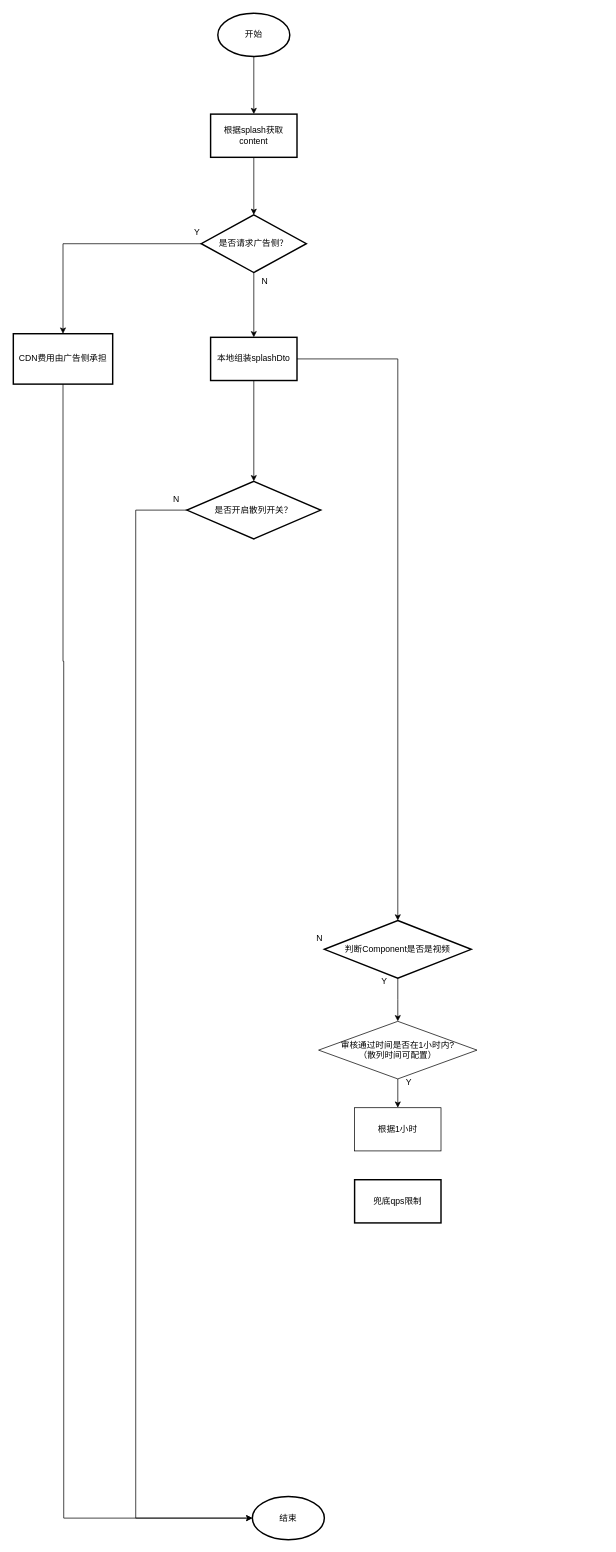
Earlier version of the draw.io diagram 21767369 闪屏CDN流量问题修复.drawio (ETHAN0430/draw.io.repo). Source tidied: cells renumbered, new cells numbered last; positions are measured from the earlier drawing's top-left corner, leaving out a move shared by most shapes. Both pictures are drawn from the tidied source at 72%, with x=0, y=0 at pixel (13, 13).
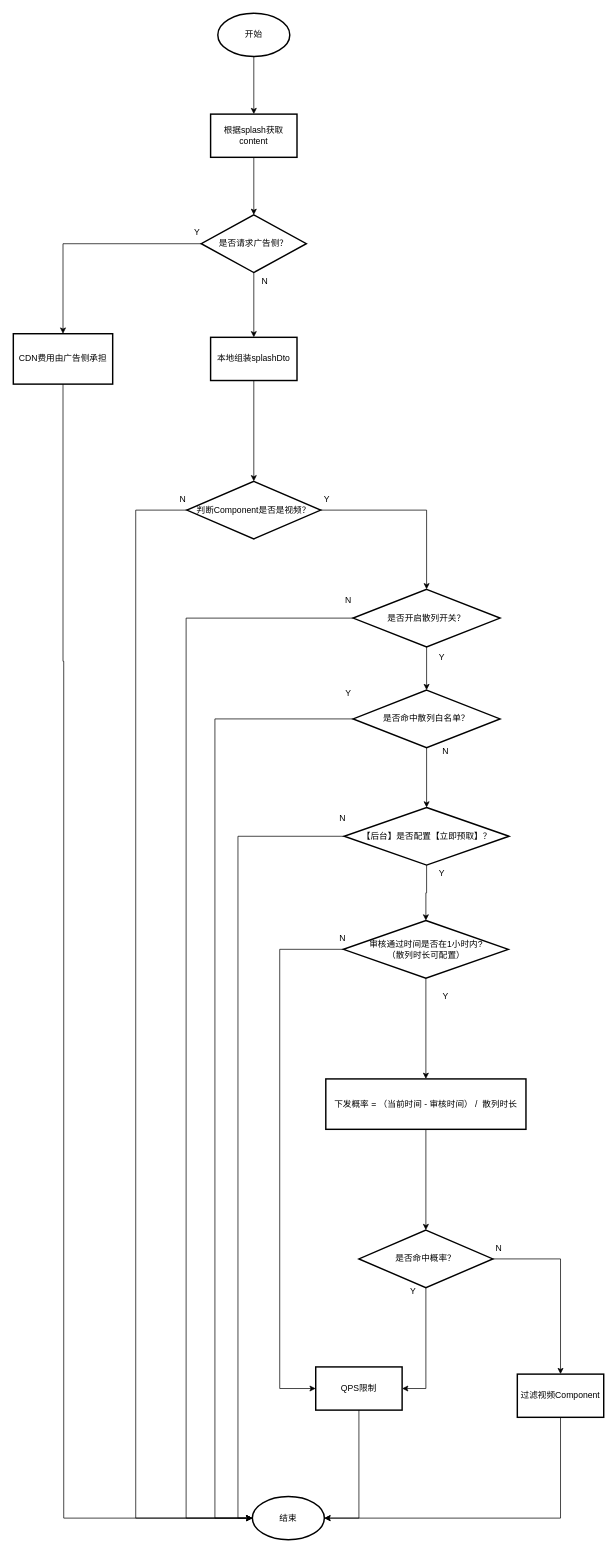
After the change.

Commit message:
更新21767369 闪屏CDN流量问题修复.drawio

The change refers to these unchanged cells:
```xml
<mxCell id="11" value="本地组装splashDto" style="whiteSpace=wrap;html=1;strokeWidth=2;" parent="1" vertex="1">
  <mxGeometry x="274" y="450" width="120" height="60" as="geometry" />
</mxCell>
<mxCell id="15" value="结束" style="strokeWidth=2;html=1;shape=mxgraph.flowchart.start_1;whiteSpace=wrap;" parent="1" vertex="1">
  <mxGeometry x="332" y="2060" width="100" height="60" as="geometry" />
</mxCell>
```

Diff of the diagram source:
```diff
@@
-    <mxCell id="9" style="edgeStyle=orthogonalEdgeStyle;rounded=0;jettySize=auto;html=1;" parent="1" edge="1" source="11" target="18">
-      <mxGeometry relative="1" as="geometry" />
-    </mxCell>
@@
-    <mxCell id="17" style="edgeStyle=orthogonalEdgeStyle;rounded=0;jettySize=auto;html=1;" parent="1" edge="1" source="18">
-      <mxGeometry relative="1" as="geometry">
-        <mxPoint x="534" y="1400" as="targetPoint" />
-      </mxGeometry>
-    </mxCell>
+    <mxCell id="29" style="edgeStyle=orthogonalEdgeStyle;rounded=0;jettySize=auto;html=1;" parent="1" edge="1" source="18" target="15">
+      <mxGeometry relative="1" as="geometry">
+        <Array as="points">
+          <mxPoint x="240" y="840" />
+          <mxPoint x="240" y="2090" />
+        </Array>
+      </mxGeometry>
+    </mxCell>
+    <mxCell id="30" style="edgeStyle=orthogonalEdgeStyle;rounded=0;jettySize=auto;html=1;entryX=0.5;entryY=0;entryDx=0;entryDy=0;" parent="1" edge="1" source="18" target="55">
+      <mxGeometry relative="1" as="geometry" />
+    </mxCell>
-    <mxCell id="18" value="判断Component是否是视频" style="rhombus;whiteSpace=wrap;html=1;strokeWidth=2;" parent="1" vertex="1">
-      <mxGeometry x="432" y="1260" width="204" height="80" as="geometry" />
+    <mxCell id="18" value="是否开启散列开关？" style="rhombus;whiteSpace=wrap;html=1;strokeWidth=2;" parent="1" vertex="1">
+      <mxGeometry x="472" y="800" width="204" height="80" as="geometry" />
     </mxCell>
-    <mxCell id="19" value="兜底qps限制" style="whiteSpace=wrap;html=1;strokeWidth=2;" parent="1" vertex="1">
-      <mxGeometry x="474" y="1620" width="120" height="60" as="geometry" />
-    </mxCell>
     <mxCell id="20" value="Y" style="text;html=1;align=center;verticalAlign=middle;strokeColor=none;fillColor=none;" parent="1" vertex="1">
-      <mxGeometry x="500" y="1330" width="30" height="30" as="geometry" />
+      <mxGeometry x="580" y="880" width="30" height="30" as="geometry" />
     </mxCell>
     <mxCell id="21" value="N" style="text;html=1;align=center;verticalAlign=middle;strokeColor=none;fillColor=none;" parent="1" vertex="1">
-      <mxGeometry x="410" y="1270" width="30" height="30" as="geometry" />
+      <mxGeometry x="450" y="800" width="30" height="30" as="geometry" />
     </mxCell>
-    <mxCell id="22" style="edgeStyle=orthogonalEdgeStyle;rounded=0;jettySize=auto;html=1;" parent="1" edge="1" source="23" target="24">
-      <mxGeometry relative="1" as="geometry" />
-    </mxCell>
-    <mxCell id="23" value="审核通过时间是否在1小时内?&lt;br&gt;（散列时间可配置）" style="rhombus;whiteSpace=wrap;html=1;" parent="1" vertex="1">
-      <mxGeometry x="424" y="1400" width="220" height="80" as="geometry" />
-    </mxCell>
-    <mxCell id="24" value="根据1小时" style="whiteSpace=wrap;html=1;" parent="1" vertex="1">
-      <mxGeometry x="474" y="1520" width="120" height="60" as="geometry" />
-    </mxCell>
-    <mxCell id="25" value="Y" style="text;html=1;align=center;verticalAlign=middle;strokeColor=none;fillColor=none;" parent="1" vertex="1">
-      <mxGeometry x="534" y="1470" width="30" height="30" as="geometry" />
-    </mxCell>
+    <mxCell id="31" style="edgeStyle=orthogonalEdgeStyle;rounded=0;jettySize=auto;html=1;entryX=0.5;entryY=0;entryDx=0;entryDy=0;" parent="1" edge="1" source="26" target="18">
+      <mxGeometry relative="1" as="geometry" />
+    </mxCell>
-    <mxCell id="26" value="是否开启散列开关？" style="rhombus;whiteSpace=wrap;html=1;strokeWidth=2;" parent="1" vertex="1">
+    <mxCell id="26" value="判断Component是否是视频？" style="rhombus;whiteSpace=wrap;html=1;strokeWidth=2;" parent="1" vertex="1">
       <mxGeometry x="241" y="650" width="186" height="80" as="geometry" />
     </mxCell>
@@
     <mxCell id="28" value="N" style="text;html=1;align=center;verticalAlign=middle;strokeColor=none;fillColor=none;" parent="1" vertex="1">
-      <mxGeometry x="211" y="660" width="30" height="30" as="geometry" />
+      <mxGeometry x="220" y="660" width="30" height="30" as="geometry" />
     </mxCell>
+    <mxCell id="32" value="Y" style="text;html=1;align=center;verticalAlign=middle;strokeColor=none;fillColor=none;" parent="1" vertex="1">
+      <mxGeometry x="420" y="660" width="30" height="30" as="geometry" />
+    </mxCell>
+    <mxCell id="33" style="edgeStyle=orthogonalEdgeStyle;rounded=0;jettySize=auto;html=1;" parent="1" edge="1" source="34" target="37">
+      <mxGeometry relative="1" as="geometry" />
+    </mxCell>
+    <mxCell id="34" value="【后台】是否配置【立即预取】？" style="rhombus;whiteSpace=wrap;html=1;strokeWidth=2;" parent="1" vertex="1">
+      <mxGeometry x="459.5" y="1103" width="229" height="80" as="geometry" />
+    </mxCell>
+    <mxCell id="35" style="edgeStyle=orthogonalEdgeStyle;rounded=0;jettySize=auto;html=1;entryX=0;entryY=0.5;entryDx=0;entryDy=0;" parent="1" edge="1" source="37" target="42">
+      <mxGeometry relative="1" as="geometry">
+        <Array as="points">
+          <mxPoint x="370" y="1300" />
+          <mxPoint x="370" y="1910" />
+        </Array>
+      </mxGeometry>
+    </mxCell>
+    <mxCell id="36" style="edgeStyle=orthogonalEdgeStyle;rounded=0;jettySize=auto;html=1;entryX=0.5;entryY=0;entryDx=0;entryDy=0;" parent="1" edge="1" source="37" target="41">
+      <mxGeometry relative="1" as="geometry" />
+    </mxCell>
+    <mxCell id="37" value="审核通过时间是否在1小时内?&lt;br style=&quot;border-color: var(--border-color);&quot;&gt;（散列时长可配置）" style="rhombus;whiteSpace=wrap;html=1;strokeWidth=2;" parent="1" vertex="1">
+      <mxGeometry x="458.5" y="1260" width="229" height="80" as="geometry" />
+    </mxCell>
+    <mxCell id="38" value="N" style="text;html=1;align=center;verticalAlign=middle;strokeColor=none;fillColor=none;" parent="1" vertex="1">
+      <mxGeometry x="442" y="1103" width="30" height="30" as="geometry" />
+    </mxCell>
+    <mxCell id="39" value="Y" style="text;html=1;align=center;verticalAlign=middle;strokeColor=none;fillColor=none;" parent="1" vertex="1">
+      <mxGeometry x="580" y="1180" width="30" height="30" as="geometry" />
+    </mxCell>
+    <mxCell id="40" style="edgeStyle=orthogonalEdgeStyle;rounded=0;jettySize=auto;html=1;entryX=0.5;entryY=0;entryDx=0;entryDy=0;" parent="1" edge="1" source="41" target="48">
+      <mxGeometry relative="1" as="geometry" />
+    </mxCell>
+    <mxCell id="41" value="下发概率 = （当前时间 - 审核时间） /&amp;nbsp; 散列时长" style="whiteSpace=wrap;html=1;strokeWidth=2;" parent="1" vertex="1">
+      <mxGeometry x="434" y="1480" width="278" height="70" as="geometry" />
+    </mxCell>
+    <mxCell id="42" value="QPS限制" style="whiteSpace=wrap;html=1;strokeWidth=2;" parent="1" vertex="1">
+      <mxGeometry x="420" y="1880" width="120" height="60" as="geometry" />
+    </mxCell>
+    <mxCell id="43" style="edgeStyle=orthogonalEdgeStyle;rounded=0;jettySize=auto;html=1;entryX=1;entryY=0.5;entryDx=0;entryDy=0;entryPerimeter=0;" parent="1" edge="1" source="42" target="15">
+      <mxGeometry relative="1" as="geometry" />
+    </mxCell>
+    <mxCell id="44" value="Y" style="text;html=1;align=center;verticalAlign=middle;strokeColor=none;fillColor=none;" parent="1" vertex="1">
+      <mxGeometry x="585" y="1350" width="30" height="30" as="geometry" />
+    </mxCell>
+    <mxCell id="45" value="N" style="text;html=1;align=center;verticalAlign=middle;strokeColor=none;fillColor=none;" parent="1" vertex="1">
+      <mxGeometry x="442" y="1270" width="30" height="30" as="geometry" />
+    </mxCell>
+    <mxCell id="46" style="edgeStyle=orthogonalEdgeStyle;rounded=0;jettySize=auto;html=1;entryX=1;entryY=0.5;entryDx=0;entryDy=0;" parent="1" edge="1" source="48" target="42">
+      <mxGeometry relative="1" as="geometry" />
+    </mxCell>
+    <mxCell id="47" style="edgeStyle=orthogonalEdgeStyle;rounded=0;jettySize=auto;html=1;" parent="1" edge="1" source="48" target="51">
+      <mxGeometry relative="1" as="geometry" />
+    </mxCell>
+    <mxCell id="48" value="是否命中概率？" style="rhombus;whiteSpace=wrap;html=1;strokeWidth=2;" parent="1" vertex="1">
+      <mxGeometry x="480" y="1690" width="186" height="80" as="geometry" />
+    </mxCell>
+    <mxCell id="49" value="N" style="text;html=1;align=center;verticalAlign=middle;strokeColor=none;fillColor=none;" parent="1" vertex="1">
+      <mxGeometry x="658.5" y="1700" width="30" height="30" as="geometry" />
+    </mxCell>
+    <mxCell id="50" value="Y" style="text;html=1;align=center;verticalAlign=middle;strokeColor=none;fillColor=none;" parent="1" vertex="1">
+      <mxGeometry x="540" y="1760" width="30" height="30" as="geometry" />
+    </mxCell>
+    <mxCell id="51" value="过滤视频Component" style="whiteSpace=wrap;html=1;strokeWidth=2;" parent="1" vertex="1">
+      <mxGeometry x="700" y="1890" width="120" height="60" as="geometry" />
+    </mxCell>
+    <mxCell id="52" style="edgeStyle=orthogonalEdgeStyle;rounded=0;jettySize=auto;html=1;entryX=1;entryY=0.5;entryDx=0;entryDy=0;entryPerimeter=0;" parent="1" edge="1" source="51" target="15">
+      <mxGeometry relative="1" as="geometry">
+        <Array as="points">
+          <mxPoint x="760" y="2090" />
+        </Array>
+      </mxGeometry>
+    </mxCell>
+    <mxCell id="53" style="edgeStyle=orthogonalEdgeStyle;rounded=0;jettySize=auto;html=1;entryX=0;entryY=0.5;entryDx=0;entryDy=0;entryPerimeter=0;" parent="1" edge="1" source="34" target="15">
+      <mxGeometry relative="1" as="geometry" />
+    </mxCell>
+    <mxCell id="54" style="edgeStyle=orthogonalEdgeStyle;rounded=0;jettySize=auto;html=1;entryX=0.5;entryY=0;entryDx=0;entryDy=0;" parent="1" edge="1" source="55" target="34">
+      <mxGeometry relative="1" as="geometry" />
+    </mxCell>
+    <mxCell id="55" value="是否命中散列白名单？" style="rhombus;whiteSpace=wrap;html=1;strokeWidth=2;" parent="1" vertex="1">
+      <mxGeometry x="472" y="940" width="204" height="80" as="geometry" />
+    </mxCell>
+    <mxCell id="56" style="edgeStyle=orthogonalEdgeStyle;rounded=0;jettySize=auto;html=1;entryX=0;entryY=0.5;entryDx=0;entryDy=0;entryPerimeter=0;exitX=0;exitY=0.5;exitDx=0;exitDy=0;" parent="1" edge="1" source="55" target="15">
+      <mxGeometry relative="1" as="geometry">
+        <Array as="points">
+          <mxPoint x="280" y="980" />
+          <mxPoint x="280" y="2090" />
+        </Array>
+      </mxGeometry>
+    </mxCell>
+    <mxCell id="57" value="Y" style="text;html=1;align=center;verticalAlign=middle;strokeColor=none;fillColor=none;" parent="1" vertex="1">
+      <mxGeometry x="450" y="930" width="30" height="30" as="geometry" />
+    </mxCell>
+    <mxCell id="58" value="N" style="text;html=1;align=center;verticalAlign=middle;strokeColor=none;fillColor=none;" parent="1" vertex="1">
+      <mxGeometry x="585" y="1010" width="30" height="30" as="geometry" />
+    </mxCell>
```
